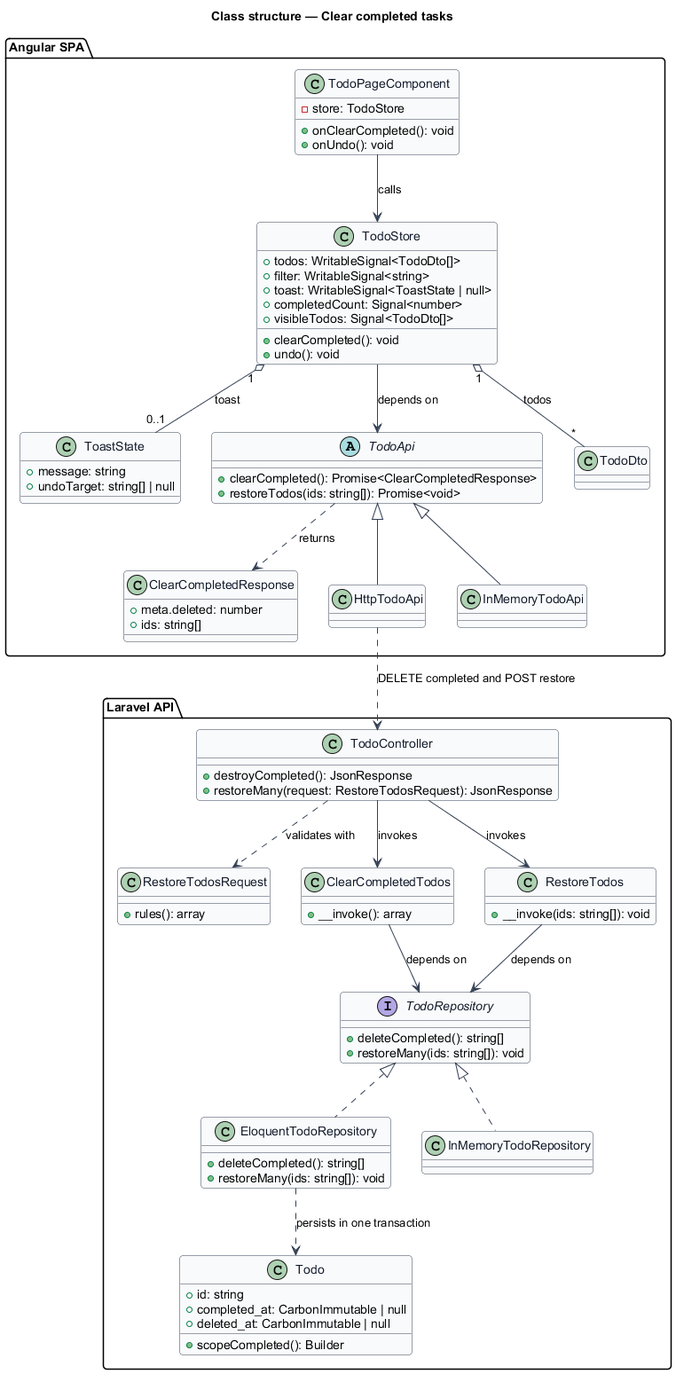
QuinntyneBrown/php-todo-lab keeps this PlantUML diagram as docs/detailed-designs/task-removal/clear-completed-tasks/diagrams/class-structure.png. Above is the earlier version. Its diagram source:
```plantuml
@startuml
skinparam backgroundColor #FFFFFF
skinparam shadowing false
skinparam roundcorner 8
skinparam defaultFontName Arial
skinparam ArrowColor #344054
skinparam class {
  BorderColor #344054
  FontColor #101828
  BackgroundColor #F9FAFB
}
title Class structure — Clear completed tasks

package "Angular SPA" {
  class TodoPageComponent {
    -store: TodoStore
    +onClearCompleted(): void
    +onUndo(): void
  }
  class TodoStore {
    +todos: WritableSignal<TodoDto[]>
    +filter: WritableSignal<string>
    +toast: WritableSignal<ToastState | null>
    +completedCount: Signal<number>
    +visibleTodos: Signal<TodoDto[]>
    +clearCompleted(): void
    +undo(): void
  }
  class ToastState {
    +message: string
    +undoTarget: string[] | null
  }
  abstract class TodoApi {
    +clearCompleted(): Promise<ClearCompletedResponse>
    +restoreTodos(ids: string[]): Promise<void>
  }
  class ClearCompletedResponse {
    +meta.deleted: number
    +ids: string[]
  }
  class HttpTodoApi
  class InMemoryTodoApi
  class TodoDto
}

package "Laravel API" {
  class TodoController {
    +destroyCompleted(): JsonResponse
    +restoreMany(request: RestoreTodosRequest): JsonResponse
  }
  class RestoreTodosRequest {
    +rules(): array
  }
  class ClearCompletedTodos {
    +__invoke(): array
  }
  class RestoreTodos {
    +__invoke(ids: string[]): void
  }
  interface TodoRepository {
    +deleteCompleted(): string[]
    +restoreMany(ids: string[]): void
  }
  class EloquentTodoRepository {
    +deleteCompleted(): string[]
    +restoreMany(ids: string[]): void
  }
  class InMemoryTodoRepository
  class Todo {
    +id: string
    +completed_at: CarbonImmutable | null
    +deleted_at: CarbonImmutable | null
    +scopeCompleted(): Builder
  }
}

TodoPageComponent --> TodoStore : calls
TodoStore --> TodoApi : depends on
TodoStore "1" o-- "*" TodoDto : todos
TodoStore "1" o-- "0..1" ToastState : toast
TodoApi <|-- HttpTodoApi
TodoApi <|-- InMemoryTodoApi
TodoApi ..> ClearCompletedResponse : returns
HttpTodoApi ..> TodoController : DELETE completed and POST restore

TodoController ..> RestoreTodosRequest : validates with
TodoController --> ClearCompletedTodos : invokes
TodoController --> RestoreTodos : invokes
ClearCompletedTodos --> TodoRepository : depends on
RestoreTodos --> TodoRepository : depends on
TodoRepository <|.. EloquentTodoRepository
TodoRepository <|.. InMemoryTodoRepository
EloquentTodoRepository ..> Todo : persists in one transaction
@enduml
```
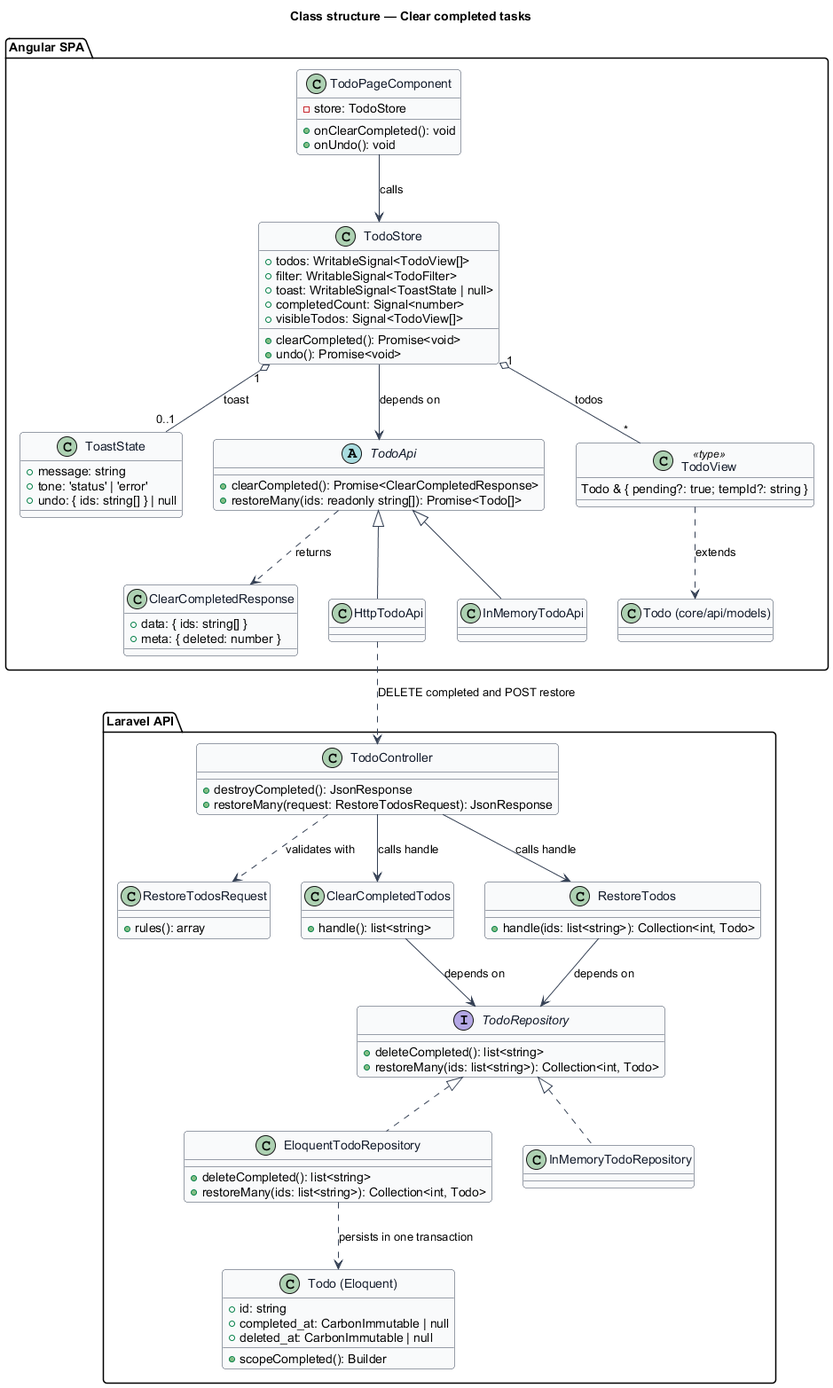
Later version of the same file.

What changed in the source:
```diff
@@ -18,29 +18,33 @@
     +onUndo(): void
   }
   class TodoStore {
-    +todos: WritableSignal<TodoDto[]>
-    +filter: WritableSignal<string>
+    +todos: WritableSignal<TodoView[]>
+    +filter: WritableSignal<TodoFilter>
     +toast: WritableSignal<ToastState | null>
     +completedCount: Signal<number>
-    +visibleTodos: Signal<TodoDto[]>
-    +clearCompleted(): void
-    +undo(): void
+    +visibleTodos: Signal<TodoView[]>
+    +clearCompleted(): Promise<void>
+    +undo(): Promise<void>
   }
   class ToastState {
     +message: string
-    +undoTarget: string[] | null
+    +tone: 'status' | 'error'
+    +undo: { ids: string[] } | null
   }
   abstract class TodoApi {
     +clearCompleted(): Promise<ClearCompletedResponse>
-    +restoreTodos(ids: string[]): Promise<void>
+    +restoreMany(ids: readonly string[]): Promise<Todo[]>
   }
   class ClearCompletedResponse {
-    +meta.deleted: number
-    +ids: string[]
+    +data: { ids: string[] }
+    +meta: { deleted: number }
   }
   class HttpTodoApi
   class InMemoryTodoApi
-  class TodoDto
+  class "Todo (core/api/models)" as Todo
+  class TodoView <<type>> {
+    Todo & { pending?: true; tempId?: string }
+  }
 }
 
 package "Laravel API" {
@@ -52,21 +56,21 @@
     +rules(): array
   }
   class ClearCompletedTodos {
-    +__invoke(): array
+    +handle(): list<string>
   }
   class RestoreTodos {
-    +__invoke(ids: string[]): void
+    +handle(ids: list<string>): Collection<int, Todo>
   }
   interface TodoRepository {
-    +deleteCompleted(): string[]
-    +restoreMany(ids: string[]): void
+    +deleteCompleted(): list<string>
+    +restoreMany(ids: list<string>): Collection<int, Todo>
   }
   class EloquentTodoRepository {
-    +deleteCompleted(): string[]
-    +restoreMany(ids: string[]): void
+    +deleteCompleted(): list<string>
+    +restoreMany(ids: list<string>): Collection<int, Todo>
   }
   class InMemoryTodoRepository
-  class Todo {
+  class "Todo (Eloquent)" as TodoModel {
     +id: string
     +completed_at: CarbonImmutable | null
     +deleted_at: CarbonImmutable | null
@@ -76,7 +80,8 @@
 
 TodoPageComponent --> TodoStore : calls
 TodoStore --> TodoApi : depends on
-TodoStore "1" o-- "*" TodoDto : todos
+TodoStore "1" o-- "*" TodoView : todos
+TodoView ..> Todo : extends
 TodoStore "1" o-- "0..1" ToastState : toast
 TodoApi <|-- HttpTodoApi
 TodoApi <|-- InMemoryTodoApi
@@ -84,11 +89,11 @@
 HttpTodoApi ..> TodoController : DELETE completed and POST restore
 
 TodoController ..> RestoreTodosRequest : validates with
-TodoController --> ClearCompletedTodos : invokes
-TodoController --> RestoreTodos : invokes
+TodoController --> ClearCompletedTodos : calls handle
+TodoController --> RestoreTodos : calls handle
 ClearCompletedTodos --> TodoRepository : depends on
 RestoreTodos --> TodoRepository : depends on
 TodoRepository <|.. EloquentTodoRepository
 TodoRepository <|.. InMemoryTodoRepository
-EloquentTodoRepository ..> Todo : persists in one transaction
+EloquentTodoRepository ..> TodoModel : persists in one transaction
 @enduml
```
